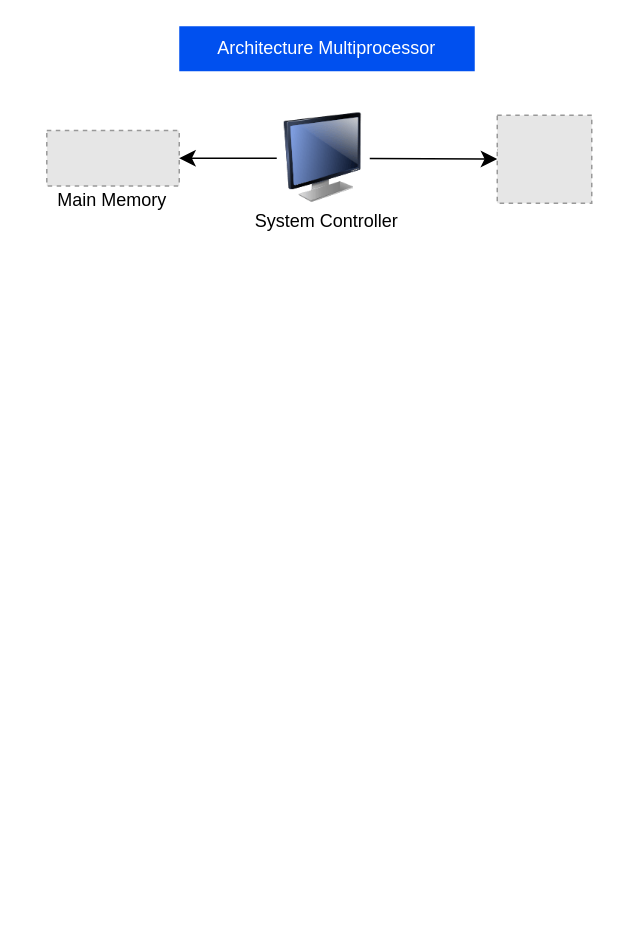
The draw.io diagram Arsitektur Multiple Prosesor dan Multiprosesor Symmetric.drawio in MuhammadReikiSaputra/Arsitektur-Multiple-Prosesor-dan-Multiprosesor-Symmetric, before the edit. Source tidied: cells renumbered, new cells numbered last; positions are measured from the earlier drawing's top-left corner, leaving out a move shared by most shapes. Both pictures are drawn from the tidied source at 150%, with x=0, y=0 at pixel (38, 26). Pictures stored in the file or linked from it are replaced by grey dashed boxes.
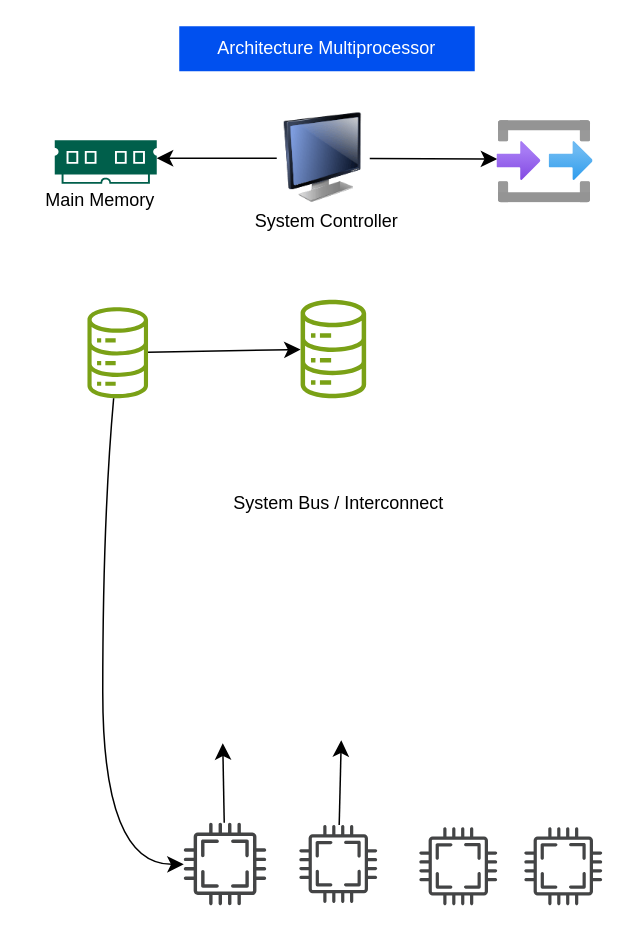
The same page after the edit.

Unchanged cells that the change refers to:
```xml
<mxCell id="5" style="image;html=1;image=img/lib/clip_art/computers/Monitor_128x128.png;" parent="1" vertex="1">
  <mxGeometry x="159" y="58" width="62" height="60" as="geometry" />
</mxCell>
```

The edit, as a diff of the source:
```diff
@@
-    <mxCell id="3" style="edgeStyle=none;curved=1;rounded=0;jettySize=auto;html=1;fontSize=12;startSize=8;endSize=8;" parent="1" edge="1" source="7">
-      <mxGeometry relative="1" as="geometry">
-        <mxPoint x="51" y="88" as="targetPoint" />
-      </mxGeometry>
-    </mxCell>
-    <mxCell id="4" style="edgeStyle=none;curved=1;rounded=0;jettySize=auto;html=1;fontSize=12;startSize=8;endSize=8;" parent="1" edge="1" source="11">
-      <mxGeometry relative="1" as="geometry">
-        <mxPoint x="334" y="88" as="targetPoint" />
-      </mxGeometry>
-    </mxCell>
@@
-    <mxCell id="6" style="edgeStyle=none;curved=1;rounded=0;jettySize=auto;html=1;fontSize=12;startSize=8;endSize=8;" parent="1" edge="1" source="5" target="7">
-      <mxGeometry relative="1" as="geometry" />
+    <mxCell id="6" style="edgeStyle=none;curved=1;rounded=0;jettySize=auto;html=1;fontSize=12;startSize=8;endSize=8;" parent="1" edge="1" source="5">
+      <mxGeometry relative="1" as="geometry">
+        <mxPoint x="79" y="88" as="targetPoint" />
+      </mxGeometry>
     </mxCell>
-    <mxCell id="7" style="fillColor=#E6E6E6;strokeColor=#999999;dashed=1;verticalLabelPosition=bottom;verticalAlign=top;" parent="1" vertex="1">
-      <mxGeometry x="5.7" y="69.5" width="88.3" height="37" as="geometry" />
-    </mxCell>
     <mxCell id="8" value="Main Memory" style="text;html=1;align=center;verticalAlign=middle;whiteSpace=wrap;rounded=0;" parent="1" vertex="1">
-      <mxGeometry x="0.4" y="110" width="99" height="12" as="geometry" />
+      <mxGeometry x="-8" y="110" width="99" height="12" as="geometry" />
     </mxCell>
@@
-    <mxCell id="10" style="edgeStyle=none;curved=1;rounded=0;jettySize=auto;html=1;fontSize=12;startSize=8;endSize=8;" parent="1" edge="1" source="5" target="11">
-      <mxGeometry relative="1" as="geometry" />
+    <mxCell id="10" style="edgeStyle=none;curved=1;rounded=0;jettySize=auto;html=1;fontSize=12;startSize=8;endSize=8;" parent="1" edge="1" source="5">
+      <mxGeometry relative="1" as="geometry">
+        <mxPoint x="306" y="88.5" as="targetPoint" />
+      </mxGeometry>
     </mxCell>
-    <mxCell id="11" style="fillColor=#E6E6E6;strokeColor=#999999;dashed=1;verticalLabelPosition=bottom;verticalAlign=top;" parent="1" vertex="1">
-      <mxGeometry x="306" y="59.4" width="63" height="58.6" as="geometry" />
-    </mxCell>
+    <mxCell id="12" style="edgeStyle=none;curved=1;rounded=0;jettySize=auto;html=1;fontSize=12;startSize=8;endSize=8;" parent="1" edge="1" source="13" target="16">
+      <mxGeometry relative="1" as="geometry" />
+    </mxCell>
+    <mxCell id="13" style="sketch=0;outlineConnect=0;fontColor=#232F3E;gradientColor=none;fillColor=#7AA116;strokeColor=none;dashed=0;verticalLabelPosition=bottom;verticalAlign=top;align=center;html=1;fontSize=12;fontStyle=0;shape=mxgraph.aws4.iot_analytics_data_store;" parent="1" vertex="1">
+      <mxGeometry x="32" y="187.3" width="42" height="60.7" as="geometry" />
+    </mxCell>
+    <mxCell id="14" style="sketch=0;shadow=0;dashed=0;html=1;strokeColor=none;fillColor=#005F4B;labelPosition=center;verticalLabelPosition=bottom;verticalAlign=top;align=center;shape=mxgraph.veeam2.ram;" parent="1" vertex="1">
+      <mxGeometry x="11" y="76" width="68" height="29" as="geometry" />
+    </mxCell>
+    <mxCell id="15" style="image;html=1;align=center;fontSize=12;image=img/lib/azure2/general/Input_Output.svg;" parent="1" vertex="1">
+      <mxGeometry x="306" y="63" width="64" height="55" as="geometry" />
+    </mxCell>
+    <mxCell id="16" style="sketch=0;outlineConnect=0;fontColor=#232F3E;gradientColor=none;fillColor=#7AA116;strokeColor=none;dashed=0;verticalLabelPosition=bottom;verticalAlign=top;align=center;html=1;fontSize=12;fontStyle=0;shape=mxgraph.aws4.iot_analytics_data_store;" parent="1" vertex="1">
+      <mxGeometry x="174" y="182.3" width="45.5" height="65.7" as="geometry" />
+    </mxCell>
+    <mxCell id="17" style="edgeStyle=none;curved=1;rounded=0;jettySize=auto;html=1;fontSize=12;startSize=8;endSize=8;" parent="1" edge="1" source="13" target="18">
+      <mxGeometry relative="1" as="geometry">
+        <Array as="points">
+          <mxPoint x="43" y="329" />
+          <mxPoint x="43" y="559" />
+        </Array>
+      </mxGeometry>
+    </mxCell>
+    <mxCell id="18" style="sketch=0;shadow=0;dashed=0;html=1;strokeColor=none;fillColor=#434445;labelPosition=center;verticalLabelPosition=bottom;verticalAlign=top;align=center;outlineConnect=0;shape=mxgraph.vvd.cpu;" parent="1" vertex="1">
+      <mxGeometry x="97" y="531" width="55" height="55" as="geometry" />
+    </mxCell>
+    <mxCell id="19" value="System Bus / Interconnect" style="text;html=1;align=center;verticalAlign=middle;whiteSpace=wrap;rounded=0;" parent="1" vertex="1">
+      <mxGeometry x="108.5" y="307" width="183" height="22" as="geometry" />
+    </mxCell>
+    <mxCell id="20" style="edgeStyle=none;curved=1;rounded=0;jettySize=auto;html=1;fontSize=12;startSize=8;endSize=8;" parent="1" edge="1" source="18">
+      <mxGeometry relative="1" as="geometry">
+        <mxPoint x="123" y="478" as="targetPoint" />
+      </mxGeometry>
+    </mxCell>
+    <mxCell id="21" style="edgeStyle=none;curved=1;rounded=0;jettySize=auto;html=1;fontSize=12;startSize=8;endSize=8;" parent="1" edge="1" source="22">
+      <mxGeometry relative="1" as="geometry">
+        <mxPoint x="202" y="476" as="targetPoint" />
+      </mxGeometry>
+    </mxCell>
+    <mxCell id="22" style="sketch=0;shadow=0;dashed=0;html=1;strokeColor=none;fillColor=#434445;labelPosition=center;verticalLabelPosition=bottom;verticalAlign=top;align=center;outlineConnect=0;shape=mxgraph.vvd.cpu;" parent="1" vertex="1">
+      <mxGeometry x="174" y="532.5" width="52" height="52" as="geometry" />
+    </mxCell>
+    <mxCell id="23" style="sketch=0;shadow=0;dashed=0;html=1;strokeColor=none;fillColor=#434445;labelPosition=center;verticalLabelPosition=bottom;verticalAlign=top;align=center;shape=mxgraph.vvd.cpu;" parent="1" vertex="1">
+      <mxGeometry x="254" y="534" width="52" height="52" as="geometry" />
+    </mxCell>
+    <mxCell id="24" style="sketch=0;shadow=0;dashed=0;html=1;strokeColor=none;fillColor=#434445;labelPosition=center;verticalLabelPosition=bottom;verticalAlign=top;align=center;shape=mxgraph.vvd.cpu;" parent="1" vertex="1">
+      <mxGeometry x="324" y="534" width="52" height="52" as="geometry" />
+    </mxCell>
```
